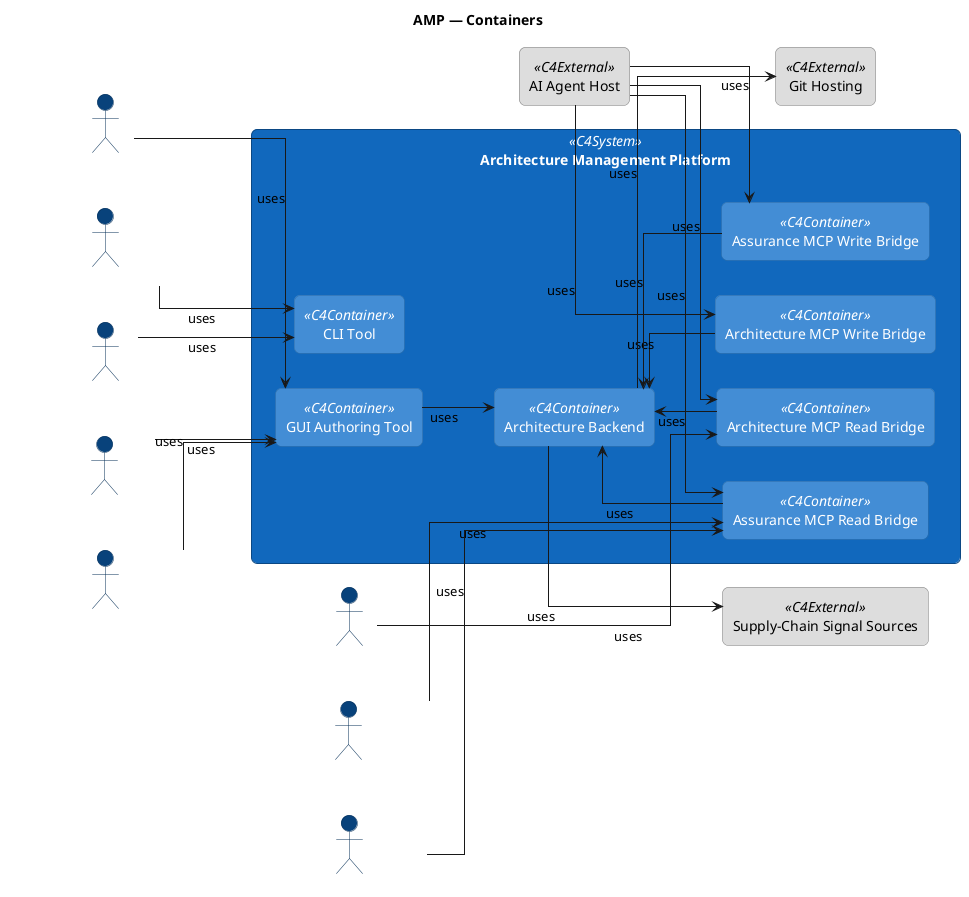
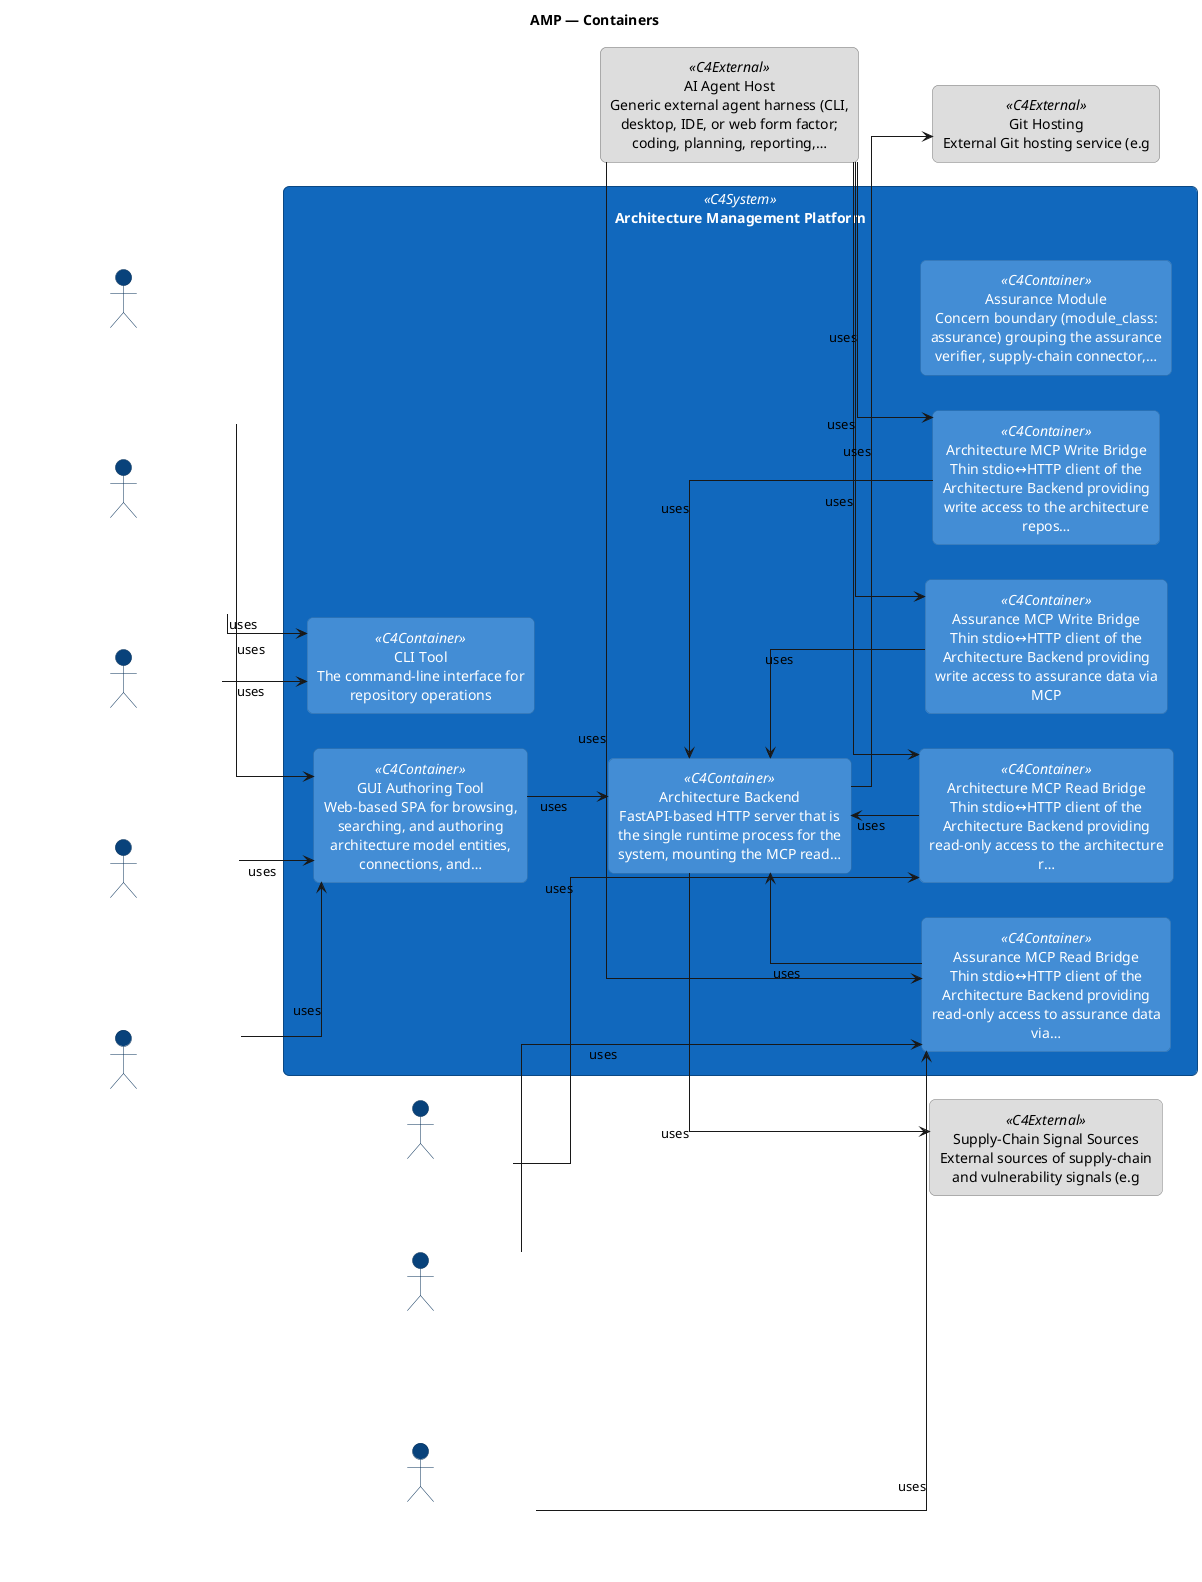
---
artifact-id: CC@1780829785.Z_fI-N.amp-containers
artifact-type: diagram
name: "AMP \u2014 Containers"
version: 0.1.0
status: draft
keywords:
- c4
- container
- amp
diagram-type: c4-container
entity-ids-used:
- ACT@1712870400.Nn7Oo7.architect
- ACT@1712870400.OLWiNc.devops-engineer
- ACT@1712870400.Pp8Qq8.developer
- ACT@1712870400.Rr9Ss9.product-owner
- ACT@1712870400.Ut1Vv1.upper-technical-management
- APP@1712870400.kjC6ex.cli-tool
- APP@1776149382.lmO0mp.gui-authoring-tool
- APP@1777293133.OYEmP1.architecture-backend
- APP@1780783671.hkrdtm.architecture-management-platform
- APP@1780783708.Ne0utf.architecture-mcp-read-bridge
- APP@1780783709.etTj9M.architecture-mcp-write-bridge
- APP@1780783710.iu_kKL.assurance-mcp-read-bridge
- APP@1780783711.js9xHR.assurance-mcp-write-bridge
- APP@1780783991.v6AXNw.ai-agent-host
- APP@1780783992.Je9pmw.git-hosting
- APP@1780783993.JqIBPJ.supply-chain-signal-sources
- ROL@1776633082.udXPfB.ai-agent
- ROL@1780656241.abNYhO.risk-compliance-officer
- ROL@1780656241.yswDMB.safety-security-analyst
+ - GRP@1780819145.rW_2nX.assurance-module
connection-ids-used:
- ACT@1712870400.Nn7Oo7.architect---APP@1776149382.lmO0mp.gui-authoring-tool@@archimate-association
- ACT@1712870400.OLWiNc.devops-engineer---APP@1712870400.kjC6ex.cli-tool@@archimate-association
- ACT@1712870400.Pp8Qq8.developer---APP@1712870400.kjC6ex.cli-tool@@archimate-association
- ACT@1712870400.Rr9Ss9.product-owner---APP@1776149382.lmO0mp.gui-authoring-tool@@archimate-association
- ACT@1712870400.Ut1Vv1.upper-technical-management---APP@1776149382.lmO0mp.gui-authoring-tool@@archimate-association
- APP@1777293133.OYEmP1.architecture-backend---APP@1776149382.lmO0mp.gui-authoring-tool@@archimate-serving
- APP@1777293133.OYEmP1.architecture-backend---APP@1780783708.Ne0utf.architecture-mcp-read-bridge@@archimate-serving
- APP@1777293133.OYEmP1.architecture-backend---APP@1780783709.etTj9M.architecture-mcp-write-bridge@@archimate-serving
- APP@1777293133.OYEmP1.architecture-backend---APP@1780783710.iu_kKL.assurance-mcp-read-bridge@@archimate-serving
- APP@1777293133.OYEmP1.architecture-backend---APP@1780783711.js9xHR.assurance-mcp-write-bridge@@archimate-serving
- APP@1780783991.v6AXNw.ai-agent-host---APP@1780783708.Ne0utf.architecture-mcp-read-bridge@@archimate-association
- APP@1780783991.v6AXNw.ai-agent-host---APP@1780783709.etTj9M.architecture-mcp-write-bridge@@archimate-association
- APP@1780783991.v6AXNw.ai-agent-host---APP@1780783710.iu_kKL.assurance-mcp-read-bridge@@archimate-association
- APP@1780783991.v6AXNw.ai-agent-host---APP@1780783711.js9xHR.assurance-mcp-write-bridge@@archimate-association
- APP@1780783992.Je9pmw.git-hosting---APP@1777293133.OYEmP1.architecture-backend@@archimate-serving
- APP@1780783992.Je9pmw.git-hosting---APP@1777293134.tY3JIK.git-sync-service@@archimate-serving
- APP@1780783993.JqIBPJ.supply-chain-signal-sources---APP@1777293133.OYEmP1.architecture-backend@@archimate-serving
- ROL@1776633082.udXPfB.ai-agent---APP@1780783708.Ne0utf.architecture-mcp-read-bridge@@archimate-association
- ROL@1780656241.abNYhO.risk-compliance-officer---APP@1780783710.iu_kKL.assurance-mcp-read-bridge@@archimate-association
- ROL@1780656241.yswDMB.safety-security-analyst---APP@1780783710.iu_kKL.assurance-mcp-read-bridge@@archimate-association
+ - APP@1780783993.JqIBPJ.supply-chain-signal-sources---APP@1780656431.e2zPs6.supply-chain-vulnerability-connector@@archimate-serving
diagram-entities: {}
bindings:
- id: bind-scope
  subject:
    kind: diagram
  correspondence_kind: scoped-by
  target:
    entity_id: APP@1780783671.hkrdtm.architecture-management-platform
- last-updated: '2026-06-07'
+ last-updated: '2026-06-16'
---
@startuml amp---containers
left to right direction
skinparam shadowing false
skinparam linetype ortho
skinparam defaultTextAlignment center
skinparam wrapWidth 240
skinparam maxMessageSize 240
skinparam rectangle {
  RoundCorner 12
  Padding 10
}
skinparam actor {
  BackgroundColor #08427b
  BorderColor #052e56
  FontColor white
}
skinparam rectangle<<C4System>> {
  BackgroundColor #1168bd
  BorderColor #0b4884
  FontColor white
}
skinparam rectangle<<C4Container>> {
  BackgroundColor #438dd5
  BorderColor #2f6da6
  FontColor white
}
skinparam rectangle<<C4Component>> {
  BackgroundColor #85bbf0
  BorderColor #5e98c8
  FontColor black
}
skinparam rectangle<<C4External>> {
  BackgroundColor #dddddd
  BorderColor #777777
  FontColor black
}

title AMP — Containers

rectangle "Architecture Management Platform" <<C4System>> as APP_hkrdtm {
-   rectangle "CLI Tool" <<C4Container>> as APP_kjC6ex
-   rectangle "GUI Authoring Tool" <<C4Container>> as APP_lmO0mp
-   rectangle "Architecture Backend" <<C4Container>> as APP_OYEmP1
-   rectangle "Architecture MCP Read Bridge" <<C4Container>> as APP_Ne0utf
-   rectangle "Architecture MCP Write Bridge" <<C4Container>> as APP_etTj9M
-   rectangle "Assurance MCP Read Bridge" <<C4Container>> as APP_iu_kKL
-   rectangle "Assurance MCP Write Bridge" <<C4Container>> as APP_js9xHR
+   rectangle "CLI Tool\nThe command-line interface for repository operations" <<C4Container>> as APP_kjC6ex
+   rectangle "GUI Authoring Tool\nWeb-based SPA for browsing, searching, and authoring architecture model entities, connections, and…" <<C4Container>> as APP_lmO0mp
+   rectangle "Architecture Backend\nFastAPI-based HTTP server that is the single runtime process for the system, mounting the MCP read…" <<C4Container>> as APP_OYEmP1
+   rectangle "Architecture MCP Read Bridge\nThin stdio↔HTTP client of the Architecture Backend providing read-only access to the architecture r…" <<C4Container>> as APP_Ne0utf
+   rectangle "Architecture MCP Write Bridge\nThin stdio↔HTTP client of the Architecture Backend providing write access to the architecture repos…" <<C4Container>> as APP_etTj9M
+   rectangle "Assurance MCP Read Bridge\nThin stdio↔HTTP client of the Architecture Backend providing read-only access to assurance data via…" <<C4Container>> as APP_iu_kKL
+   rectangle "Assurance MCP Write Bridge\nThin stdio↔HTTP client of the Architecture Backend providing write access to assurance data via MCP" <<C4Container>> as APP_js9xHR
+   rectangle "Assurance Module\nConcern boundary (module_class: assurance) grouping the assurance verifier, supply-chain connector,…" <<C4Container>> as GRP_rW_2nX
  APP_kjC6ex -[hidden]right- APP_lmO0mp
  APP_lmO0mp -[hidden]right- APP_OYEmP1
  APP_OYEmP1 -[hidden]right- APP_Ne0utf
  APP_Ne0utf -[hidden]right- APP_etTj9M
  APP_etTj9M -[hidden]right- APP_iu_kKL
  APP_iu_kKL -[hidden]right- APP_js9xHR
+   APP_js9xHR -[hidden]right- GRP_rW_2nX

}

- actor "Architect" as ACT_Nn7Oo7
- actor "DevOps Engineer" as ACT_OLWiNc
- actor "Developer" as ACT_Pp8Qq8
- actor "Product Owner" as ACT_Rr9Ss9
- actor "Upper Technical Management" as ACT_Ut1Vv1
- rectangle "AI Agent Host" <<C4External>> as APP_v6AXNw
- rectangle "Git Hosting" <<C4External>> as APP_Je9pmw
- rectangle "Supply-Chain Signal Sources" <<C4External>> as APP_JqIBPJ
- actor "AI Agent" as ROL_udXPfB
- actor "Risk & Compliance Officer" as ROL_abNYhO
- actor "Safety / Security Analyst" as ROL_yswDMB
+ actor "Architect\nA concrete actor (human or AI agent) who performs the Author and Reviewer roles for architectural m…" as ACT_Nn7Oo7
+ actor "DevOps Engineer\nA concrete actor (human) who consumes and contributes to the technology domain of the architectural…" as ACT_OLWiNc
+ actor "Developer\nA concrete actor (human or AI coding agent) who primarily consumes the architecture repository for…" as ACT_Pp8Qq8
+ actor "Product Owner\nA concrete actor (human) who uses the architecture repository for product planning and requirements…" as ACT_Rr9Ss9
+ actor "Upper Technical Management\nA concrete actor group (CTOs, VPs of Engineering, principal engineers) who use the architecture rep…" as ACT_Ut1Vv1
+ rectangle "AI Agent Host\nGeneric external agent harness (CLI, desktop, IDE, or web form factor; coding, planning, reporting,…" <<C4External>> as APP_v6AXNw
+ rectangle "Git Hosting\nExternal Git hosting service (e.g" <<C4External>> as APP_Je9pmw
+ rectangle "Supply-Chain Signal Sources\nExternal sources of supply-chain and vulnerability signals (e.g" <<C4External>> as APP_JqIBPJ
+ actor "AI Agent\nThe role performed by an AI language model (e.g" as ROL_udXPfB
+ actor "Risk & Compliance Officer\nRole that manages GRC assessments, regulatory obligation mappings, and compliance evidence within t…" as ROL_abNYhO
+ actor "Safety / Security Analyst\nRole that performs hazard analysis, STPA, CAST investigations, and security analysis within the ass…" as ROL_yswDMB

ACT_Nn7Oo7 -[hidden]right- ACT_OLWiNc
ACT_OLWiNc -[hidden]right- ACT_Pp8Qq8
ACT_Pp8Qq8 -[hidden]right- ACT_Rr9Ss9
ACT_Rr9Ss9 -[hidden]right- ACT_Ut1Vv1
ACT_Ut1Vv1 -[hidden]right- ROL_udXPfB
ROL_udXPfB -[hidden]right- ROL_abNYhO
ROL_abNYhO -[hidden]right- ROL_yswDMB
ROL_yswDMB -[hidden]right- APP_hkrdtm
APP_hkrdtm -[hidden]right- APP_v6AXNw
APP_v6AXNw -[hidden]right- APP_Je9pmw
APP_Je9pmw -[hidden]right- APP_JqIBPJ


ACT_Nn7Oo7 --> APP_lmO0mp : uses
ACT_OLWiNc --> APP_kjC6ex : uses
ACT_Pp8Qq8 --> APP_kjC6ex : uses
ACT_Rr9Ss9 --> APP_lmO0mp : uses
ACT_Ut1Vv1 --> APP_lmO0mp : uses
APP_lmO0mp --> APP_OYEmP1 : uses
APP_Ne0utf --> APP_OYEmP1 : uses
APP_etTj9M --> APP_OYEmP1 : uses
APP_iu_kKL --> APP_OYEmP1 : uses
APP_js9xHR --> APP_OYEmP1 : uses
APP_v6AXNw --> APP_Ne0utf : uses
APP_v6AXNw --> APP_etTj9M : uses
APP_v6AXNw --> APP_iu_kKL : uses
APP_v6AXNw --> APP_js9xHR : uses
APP_OYEmP1 --> APP_Je9pmw : uses
APP_OYEmP1 --> APP_JqIBPJ : uses
ROL_udXPfB --> APP_Ne0utf : uses
ROL_abNYhO --> APP_iu_kKL : uses
ROL_yswDMB --> APP_iu_kKL : uses
@enduml
